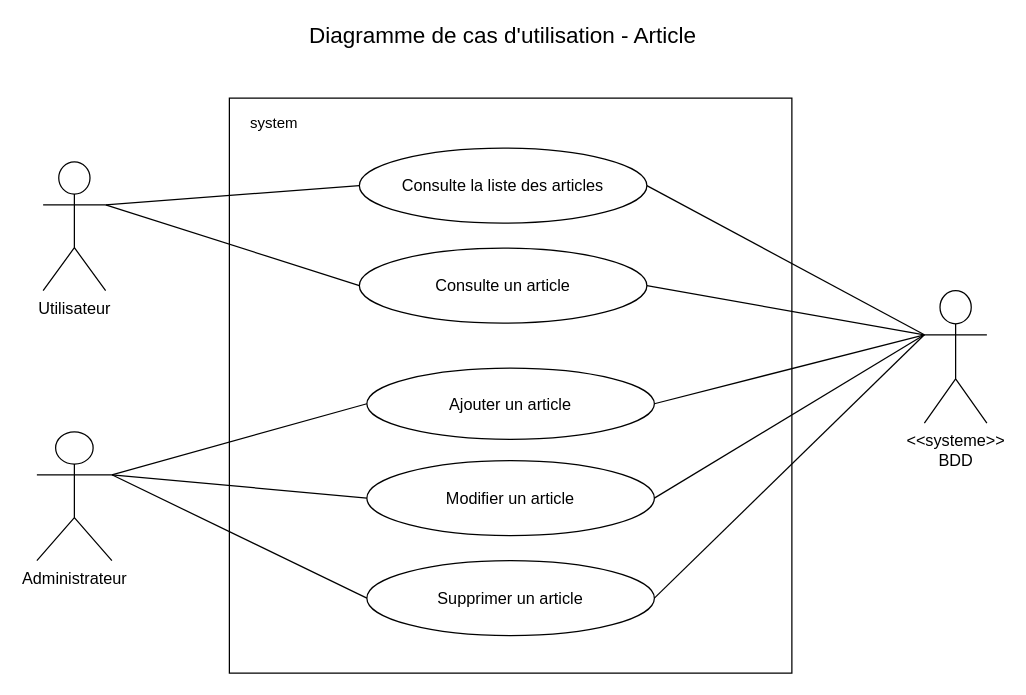
avamdui/OCR-Projet-5 keeps this draw.io diagram as Diagrammes/UML/diagram-use-case-article.drawio. Above is the earlier version. Source tidied: cells renumbered, new cells numbered last; positions are measured from the earlier drawing's top-left corner, leaving out a move shared by most shapes. Both pictures are drawn from the tidied source at 125%, with x=0, y=0 at pixel (36, 22).
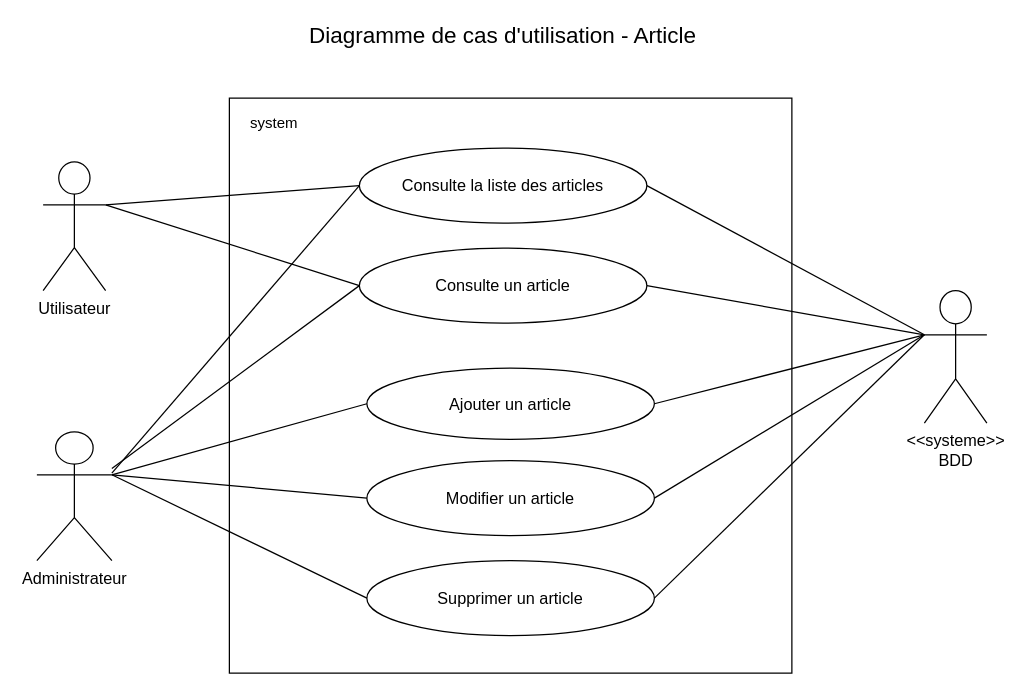
The same diagram, later.

Unchanged cells that the change refers to:
```xml
<mxCell id="6" value="Administrateur" style="shape=umlActor;verticalLabelPosition=bottom;labelBackgroundColor=#ffffff;verticalAlign=top;html=1;fontSize=13;" parent="1" vertex="1">
  <mxGeometry y="327" width="60" height="103" as="geometry" />
</mxCell>
<mxCell id="8" value="Consulte la liste des articles" style="ellipse;whiteSpace=wrap;html=1;fontSize=13;" parent="1" vertex="1">
  <mxGeometry x="258" y="100" width="230" height="60" as="geometry" />
</mxCell>
<mxCell id="9" value="Consulte un article" style="ellipse;whiteSpace=wrap;html=1;fontSize=13;" parent="1" vertex="1">
  <mxGeometry x="258" y="180" width="230" height="60" as="geometry" />
</mxCell>
```

Diff of the diagram source:
```diff
@@
+    <mxCell id="23" style="endArrow=none;html=1;fontSize=15;entryX=0;entryY=0.5;entryDx=0;entryDy=0;" parent="1" edge="1" source="6" target="9">
+      <mxGeometry relative="1" as="geometry" />
+    </mxCell>
+    <mxCell id="24" style="endArrow=none;html=1;fontSize=15;entryX=0;entryY=0.5;entryDx=0;entryDy=0;" parent="1" edge="1" target="8">
+      <mxGeometry relative="1" as="geometry">
+        <mxPoint x="60" y="360" as="sourcePoint" />
+      </mxGeometry>
+    </mxCell>
```
